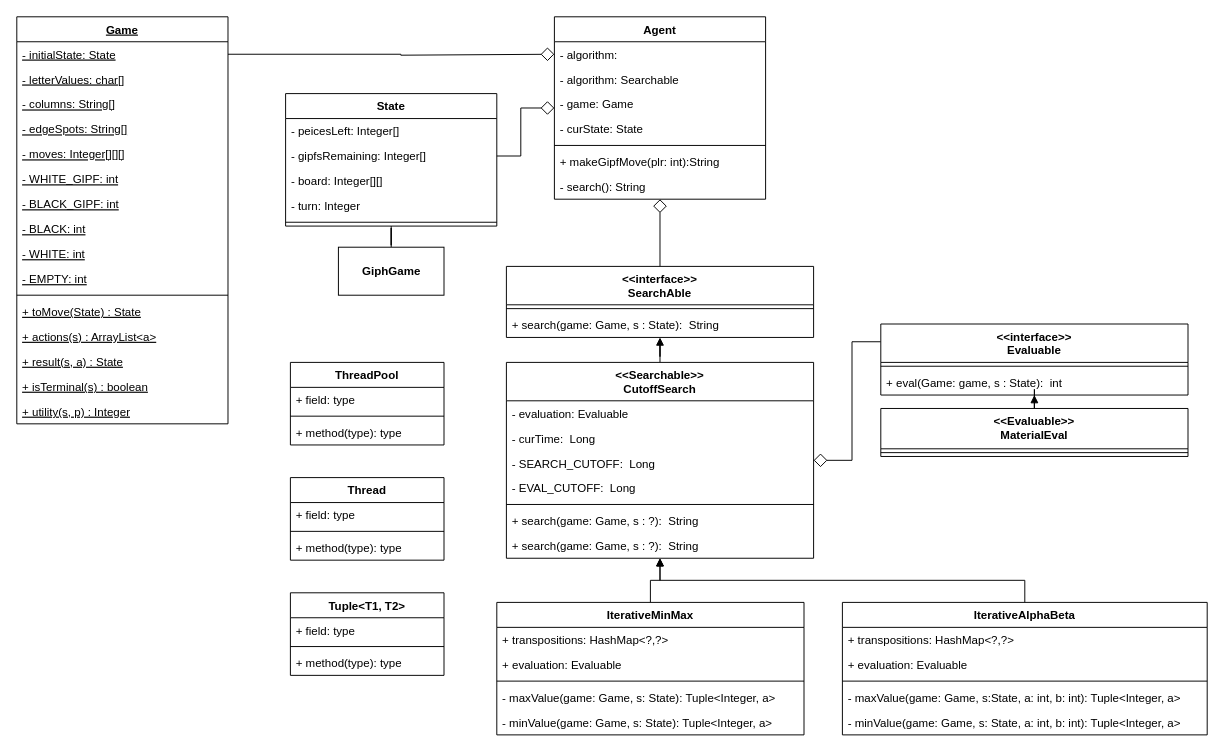
Earlier version of the draw.io diagram diagrams/CSC3335_Project3.drawio (tone-man/tone-man-hancockcraveirocanfield_3335_project3). Source tidied: cells renumbered, new cells numbered last; positions are measured from the earlier drawing's top-left corner, leaving out a move shared by most shapes. Both pictures are drawn from the tidied source at 96%, with x=0, y=0 at pixel (16, 16).
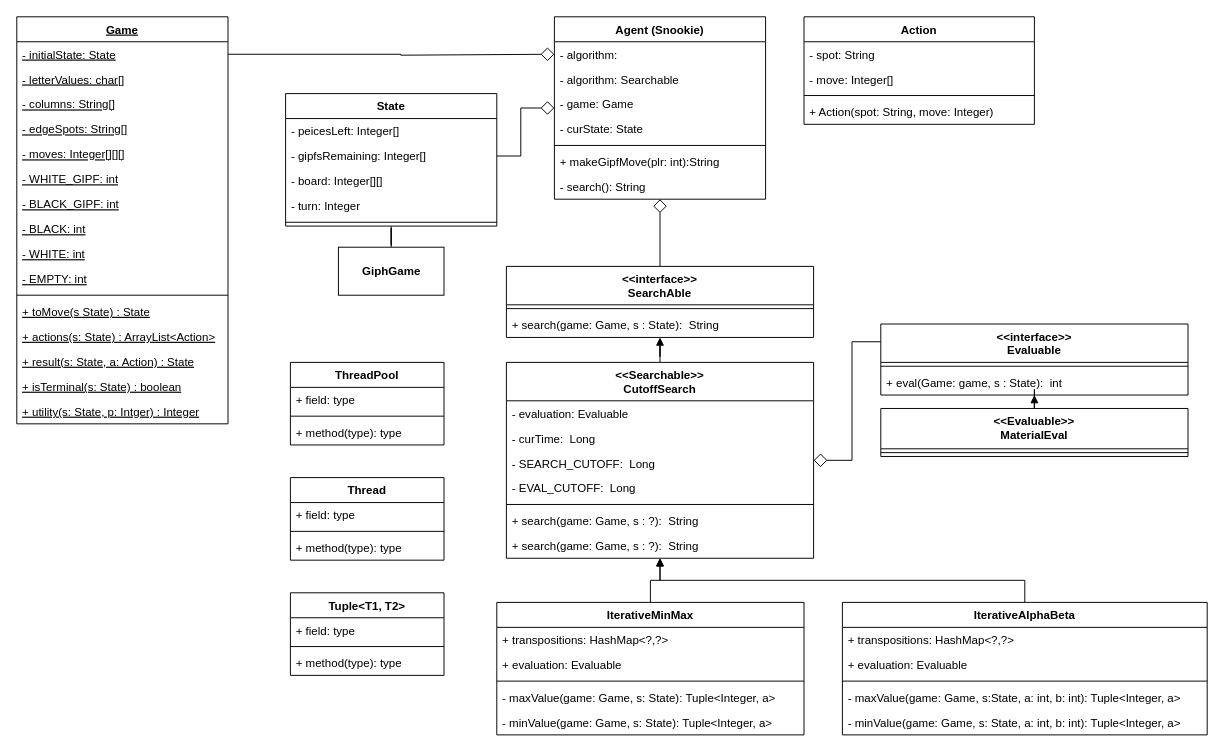
After the change.

Commit message (it also covers changes not shown here):
Created all Files for UML Objects

The change refers to these unchanged cells:
```xml
<mxCell id="17" value="Game" style="swimlane;fontStyle=5;align=center;verticalAlign=top;horizontal=1;startSize=26;" parent="1" vertex="1">
  <mxGeometry width="220" height="424" as="geometry" />
</mxCell>
```

Diff of the diagram source:
```diff
@@
-    <mxCell id="2" value="Agent" style="swimlane;fontStyle=1;align=center;verticalAlign=top;horizontal=1;startSize=26;" parent="1" vertex="1">
+    <mxCell id="2" value="Agent (Snookie)" style="swimlane;fontStyle=1;align=center;verticalAlign=top;horizontal=1;startSize=26;" parent="1" vertex="1">
       <mxGeometry x="560" width="220" height="190" as="geometry" />
     </mxCell>
@@
-    <mxCell id="29" value="+ toMove(State) : State" style="text;strokeColor=none;fillColor=none;align=left;verticalAlign=top;spacingLeft=4;spacingRight=4;overflow=hidden;fontStyle=4;" parent="17" vertex="1">
+    <mxCell id="29" value="+ toMove(s State) : State" style="text;strokeColor=none;fillColor=none;align=left;verticalAlign=top;spacingLeft=4;spacingRight=4;overflow=hidden;fontStyle=4;" parent="17" vertex="1">
       <mxGeometry y="294" width="220" height="26" as="geometry" />
     </mxCell>
-    <mxCell id="30" value="+ actions(s) : ArrayList&lt;a&gt;" style="text;strokeColor=none;fillColor=none;align=left;verticalAlign=top;spacingLeft=4;spacingRight=4;overflow=hidden;fontStyle=4;" parent="17" vertex="1">
+    <mxCell id="30" value="+ actions(s: State) : ArrayList&lt;Action&gt;" style="text;strokeColor=none;fillColor=none;align=left;verticalAlign=top;spacingLeft=4;spacingRight=4;overflow=hidden;fontStyle=4;" parent="17" vertex="1">
       <mxGeometry y="320" width="220" height="26" as="geometry" />
     </mxCell>
-    <mxCell id="31" value="+ result(s, a) : State" style="text;strokeColor=none;fillColor=none;align=left;verticalAlign=top;spacingLeft=4;spacingRight=4;overflow=hidden;fontStyle=4;" parent="17" vertex="1">
+    <mxCell id="31" value="+ result(s: State, a: Action) : State" style="text;strokeColor=none;fillColor=none;align=left;verticalAlign=top;spacingLeft=4;spacingRight=4;overflow=hidden;fontStyle=4;" parent="17" vertex="1">
       <mxGeometry y="346" width="220" height="26" as="geometry" />
     </mxCell>
-    <mxCell id="32" value="+ isTerminal(s) : boolean" style="text;strokeColor=none;fillColor=none;align=left;verticalAlign=top;spacingLeft=4;spacingRight=4;overflow=hidden;fontStyle=4;" parent="17" vertex="1">
+    <mxCell id="32" value="+ isTerminal(s: State) : boolean" style="text;strokeColor=none;fillColor=none;align=left;verticalAlign=top;spacingLeft=4;spacingRight=4;overflow=hidden;fontStyle=4;" parent="17" vertex="1">
       <mxGeometry y="372" width="220" height="26" as="geometry" />
     </mxCell>
-    <mxCell id="33" value="+ utility(s, p) : Integer" style="text;strokeColor=none;fillColor=none;align=left;verticalAlign=top;spacingLeft=4;spacingRight=4;overflow=hidden;fontStyle=4;" parent="17" vertex="1">
+    <mxCell id="33" value="+ utility(s: State, p: Intger) : Integer" style="text;strokeColor=none;fillColor=none;align=left;verticalAlign=top;spacingLeft=4;spacingRight=4;overflow=hidden;fontStyle=4;" parent="17" vertex="1">
       <mxGeometry y="398" width="220" height="26" as="geometry" />
     </mxCell>
@@
+    <mxCell id="83" value="Action" style="swimlane;fontStyle=1;align=center;verticalAlign=top;horizontal=1;startSize=26;" parent="1" vertex="1">
+      <mxGeometry x="820" width="240" height="112" as="geometry" />
+    </mxCell>
+    <mxCell id="84" value="- spot: String" style="text;strokeColor=none;fillColor=none;align=left;verticalAlign=top;spacingLeft=4;spacingRight=4;overflow=hidden;" parent="83" vertex="1">
+      <mxGeometry y="26" width="240" height="26" as="geometry" />
+    </mxCell>
+    <mxCell id="85" value="- move: Integer[]" style="text;strokeColor=none;fillColor=none;align=left;verticalAlign=top;spacingLeft=4;spacingRight=4;overflow=hidden;" parent="83" vertex="1">
+      <mxGeometry y="52" width="240" height="26" as="geometry" />
+    </mxCell>
+    <mxCell id="86" style="line;strokeWidth=1;fillColor=none;align=left;verticalAlign=middle;spacingTop=-1;spacingLeft=3;spacingRight=3;labelPosition=right;strokeColor=inherit;" parent="83" vertex="1">
+      <mxGeometry y="78" width="240" height="8" as="geometry" />
+    </mxCell>
+    <mxCell id="87" value="+ Action(spot: String, move: Integer)" style="text;strokeColor=none;fillColor=none;align=left;verticalAlign=top;spacingLeft=4;spacingRight=4;overflow=hidden;" parent="83" vertex="1">
+      <mxGeometry y="86" width="240" height="26" as="geometry" />
+    </mxCell>
```
